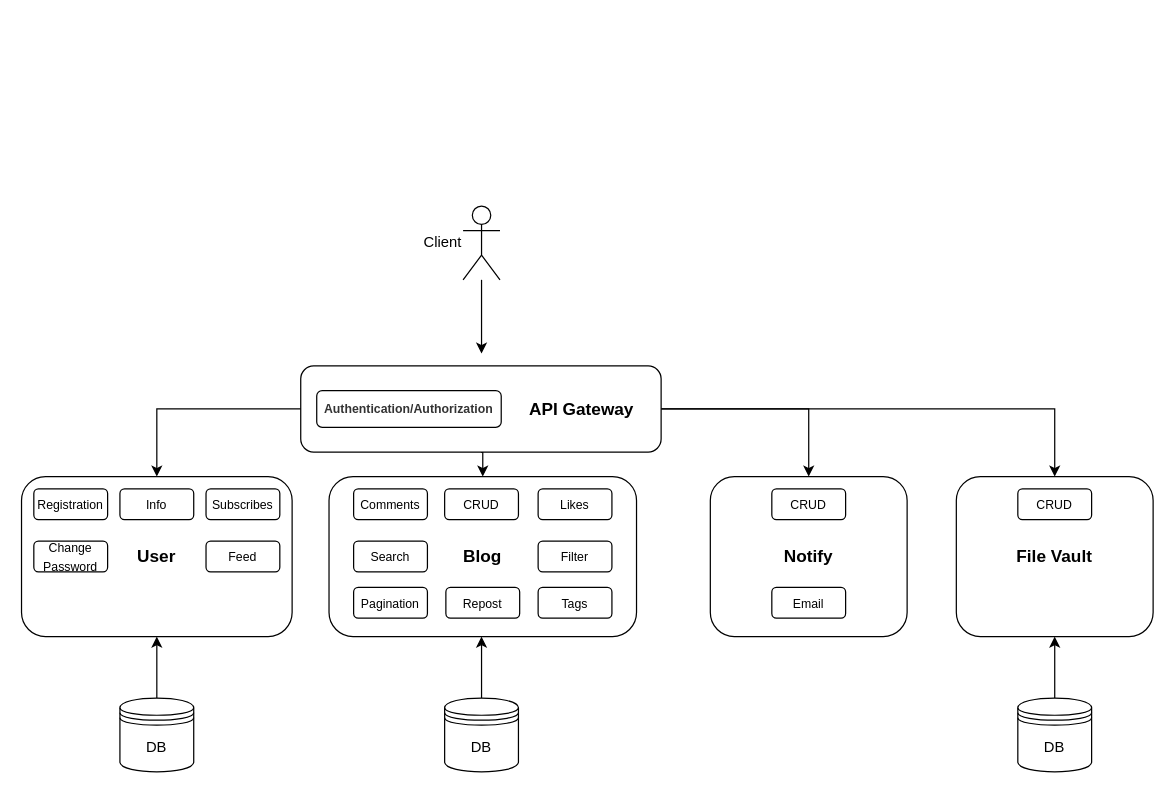
Earlier version of the draw.io diagram specification.drawio (htmlacademy-nestjs/160701-readme-5). Source tidied: cells renumbered, new cells numbered last; positions are measured from the earlier drawing's top-left corner, leaving out a move shared by most shapes. Both pictures are drawn from the tidied source at 123%, with x=0, y=0 at pixel (21, 205).
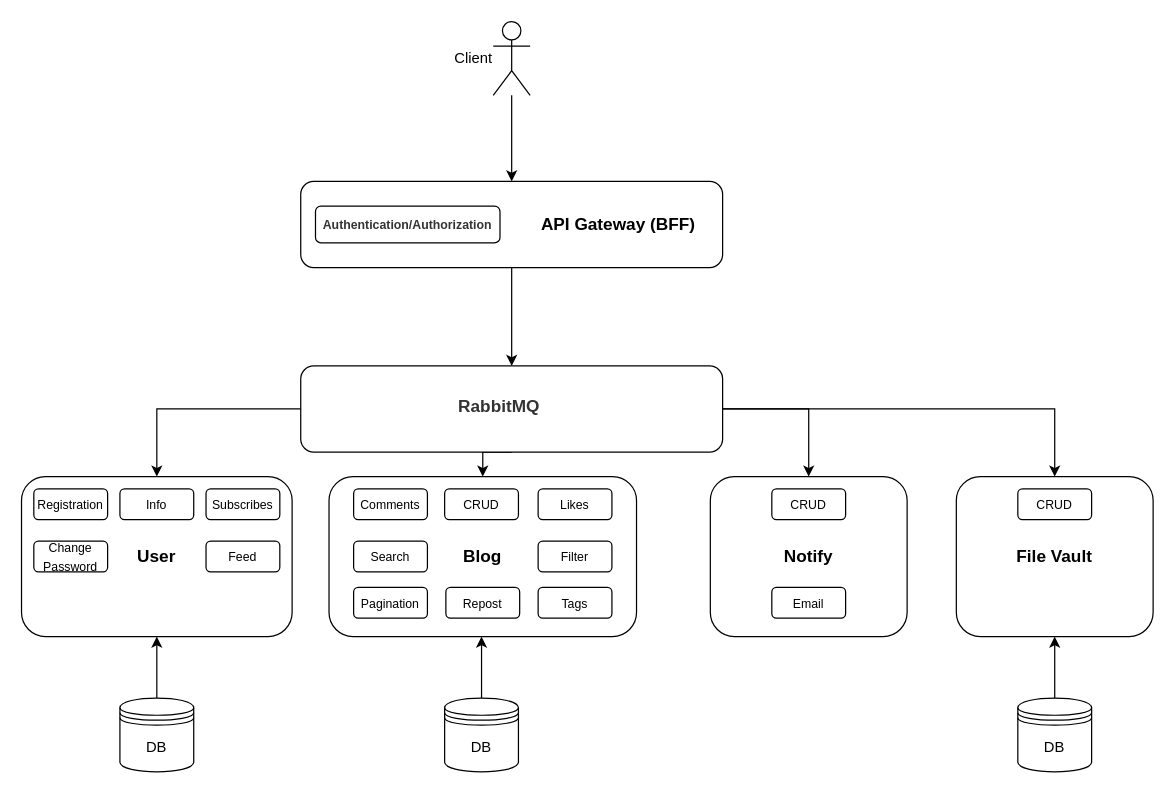
After the change.

Diff of the diagram source:
```diff
@@
-    <mxCell id="2" style="edgeStyle=orthogonalEdgeStyle;rounded=0;jettySize=auto;html=1;" parent="1" edge="1" source="3">
-      <mxGeometry relative="1" as="geometry">
-        <mxPoint x="374" y="120" as="targetPoint" />
-      </mxGeometry>
-    </mxCell>
+    <mxCell id="36" style="edgeStyle=orthogonalEdgeStyle;rounded=0;jettySize=auto;html=1;" parent="1" edge="1" source="3" target="38">
+      <mxGeometry relative="1" as="geometry" />
+    </mxCell>
     <mxCell id="3" value="Client" style="shape=umlActor;verticalLabelPosition=middle;verticalAlign=middle;html=1;outlineConnect=0;labelPosition=left;align=right;" parent="1" vertex="1">
-      <mxGeometry x="359" width="30" height="60" as="geometry" />
+      <mxGeometry x="383.5" y="-150" width="30" height="60" as="geometry" />
     </mxCell>
@@
-    <mxCell id="7" value="&lt;b&gt;&lt;font style=&quot;font-size: 14px;&quot;&gt;API Gateway&lt;/font&gt;&lt;/b&gt;" style="rounded=1;whiteSpace=wrap;html=1;align=right;spacingRight=20;" parent="1" vertex="1">
-      <mxGeometry x="227" y="130" width="293" height="70" as="geometry" />
+    <mxCell id="7" value="&lt;h2 style=&quot;box-sizing: inherit; text-rendering: optimizelegibility; -webkit-font-smoothing: antialiased; font-family: &amp;quot;TT Norms Pro&amp;quot;, Arial, sans-serif; color: rgb(51, 51, 51); margin: 0px; line-height: 1.2em; padding-bottom: 5px; font-variant-ligatures: none; background-color: rgb(255, 255, 255);&quot;&gt;&lt;font style=&quot;font-size: 14px;&quot;&gt;RabbitMQ&lt;/font&gt;&lt;/h2&gt;" style="rounded=1;whiteSpace=wrap;html=1;align=center;spacingRight=20;" parent="1" vertex="1">
+      <mxGeometry x="227" y="130" width="343" height="70" as="geometry" />
     </mxCell>
@@
-    <mxCell id="9" value="&lt;font style=&quot;font-size: 10px;&quot;&gt;&lt;strong style=&quot;color: rgb(51, 51, 51); font-family: &amp;quot;YS Text&amp;quot;, Arial, Helvetica, &amp;quot;Arial Unicode MS&amp;quot;, sans-serif; text-align: start; background-color: rgb(255, 255, 255);&quot;&gt;Authentication/&lt;/strong&gt;&lt;strong style=&quot;color: rgb(51, 51, 51); font-family: &amp;quot;YS Text&amp;quot;, Arial, Helvetica, &amp;quot;Arial Unicode MS&amp;quot;, sans-serif; text-align: start; background-color: rgb(255, 255, 255);&quot;&gt;Authorization&lt;/strong&gt;&lt;/font&gt;" style="rounded=1;whiteSpace=wrap;html=1;" parent="1" vertex="1">
-      <mxGeometry x="240" y="150" width="150" height="30" as="geometry" />
-    </mxCell>
@@
+    <mxCell id="37" style="edgeStyle=orthogonalEdgeStyle;rounded=0;jettySize=auto;html=1;entryX=0.5;entryY=0;entryDx=0;entryDy=0;" parent="1" edge="1" source="38" target="7">
+      <mxGeometry relative="1" as="geometry" />
+    </mxCell>
+    <mxCell id="38" value="&lt;b&gt;&lt;font style=&quot;font-size: 14px;&quot;&gt;API Gateway (BFF)&lt;/font&gt;&lt;/b&gt;" style="rounded=1;whiteSpace=wrap;html=1;align=right;spacingRight=20;" parent="1" vertex="1">
+      <mxGeometry x="227" y="-20" width="343" height="70" as="geometry" />
+    </mxCell>
+    <mxCell id="9" value="&lt;font style=&quot;font-size: 10px;&quot;&gt;&lt;strong style=&quot;color: rgb(51, 51, 51); font-family: &amp;quot;YS Text&amp;quot;, Arial, Helvetica, &amp;quot;Arial Unicode MS&amp;quot;, sans-serif; text-align: start; background-color: rgb(255, 255, 255);&quot;&gt;Authentication/&lt;/strong&gt;&lt;strong style=&quot;color: rgb(51, 51, 51); font-family: &amp;quot;YS Text&amp;quot;, Arial, Helvetica, &amp;quot;Arial Unicode MS&amp;quot;, sans-serif; text-align: start; background-color: rgb(255, 255, 255);&quot;&gt;Authorization&lt;/strong&gt;&lt;/font&gt;" style="rounded=1;whiteSpace=wrap;html=1;" parent="1" vertex="1">
+      <mxGeometry x="239" width="150" height="30" as="geometry" />
+    </mxCell>
```
